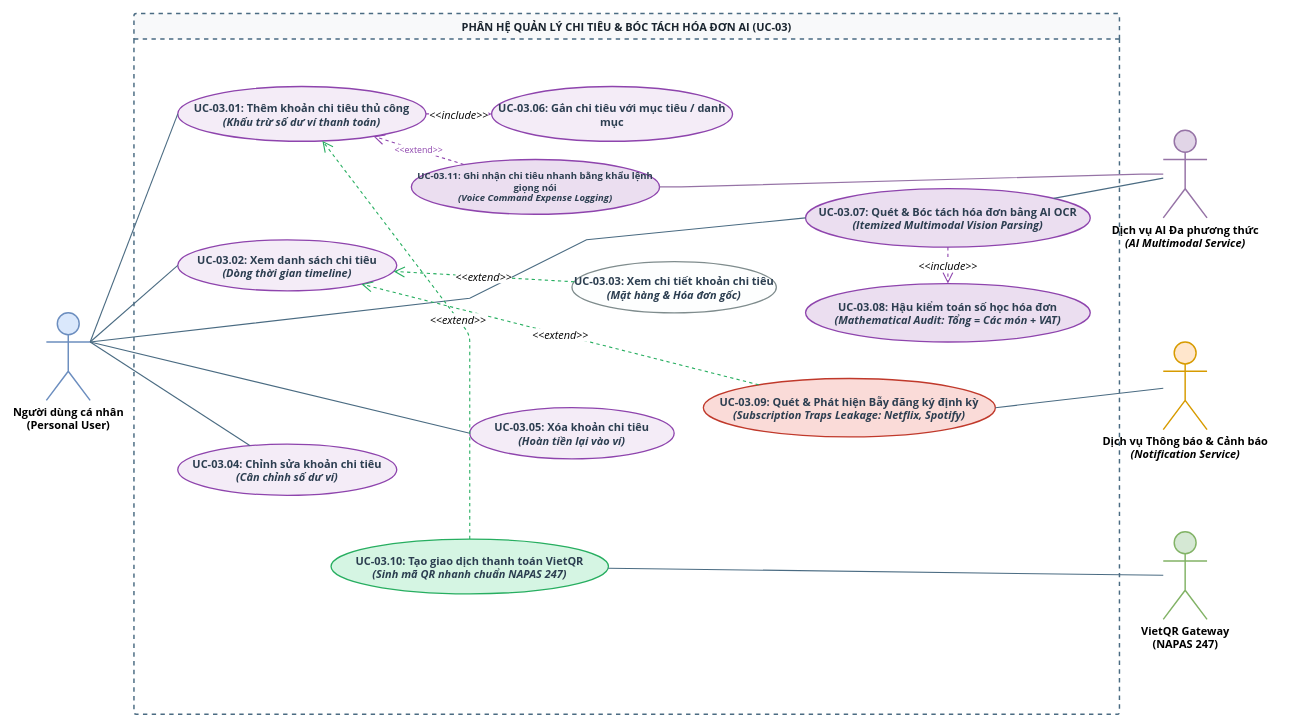
Above: page "UCD 03 - Chi Tiêu & OCR" (4 of 10) of files/UCD-DuoNoPro.drawio in Datgh37/analyze-system-subject (draw.io), before the change. Source tidied: cells renumbered, new cells numbered last; positions are measured from the earlier drawing's top-left corner, leaving out a move shared by most shapes. Both pictures are drawn from the tidied source at 73%, with x=0, y=0 at pixel (46, 13).
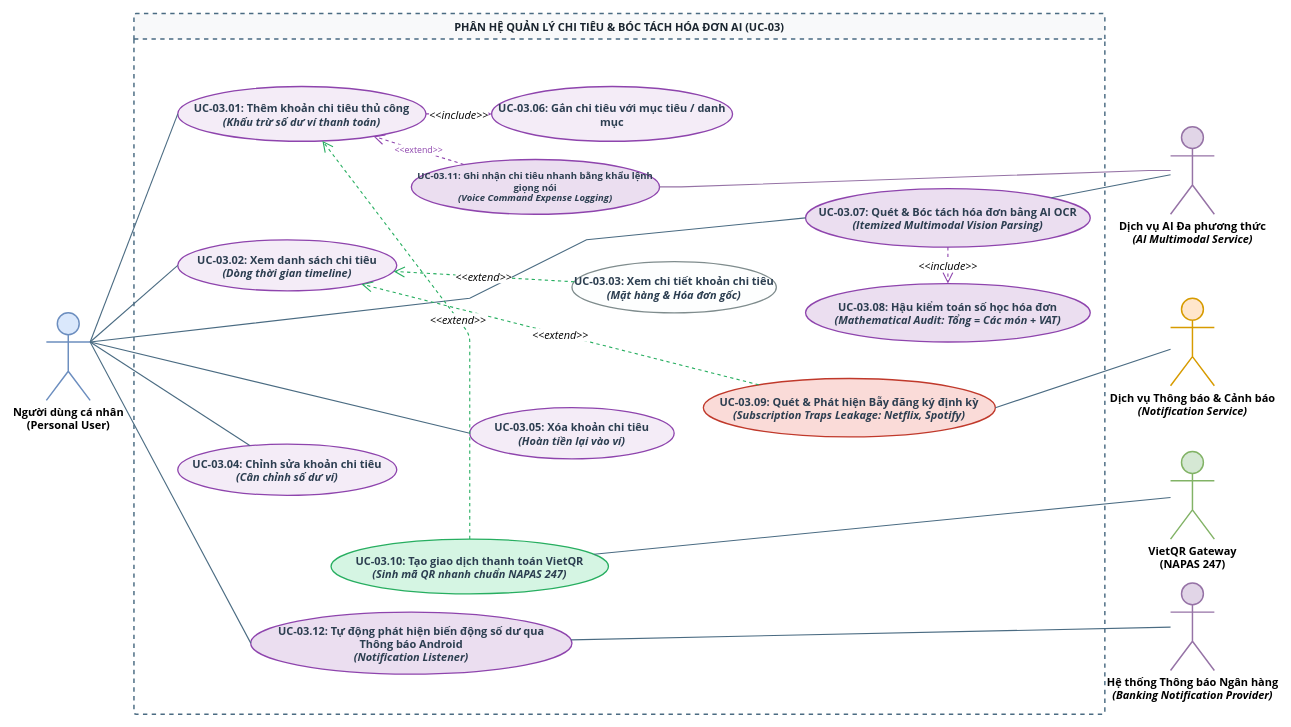
The same page after the edit.

The change refers to these unchanged cells:
```xml
<mxCell id="2" value="&lt;b&gt;Người dùng cá nhân&lt;/b&gt;&lt;br&gt;(Personal User)" style="shape=umlActor;verticalLabelPosition=bottom;verticalAlign=top;html=1;outlineConnect=0;fillColor=#dae8fc;strokeColor=#6c8ebf;strokeWidth=2;fontFamily=Segoe UI, Arial, sans-serif;fontSize=15;fontStyle=1;" parent="1" vertex="1">
  <mxGeometry y="410" width="60" height="120" as="geometry" />
</mxCell>
```

Diff of the diagram source:
```diff
@@
     <mxCell id="3" value="&lt;b&gt;Dịch vụ AI Đa phương thức&lt;/b&gt;&lt;br&gt;&lt;i&gt;(AI Multimodal Service)&lt;/i&gt;" style="shape=umlActor;verticalLabelPosition=bottom;verticalAlign=top;html=1;outlineConnect=0;fillColor=#e1d5e7;strokeColor=#9673a6;strokeWidth=2;fontFamily=Segoe UI, Arial, sans-serif;fontSize=15;fontStyle=1;" parent="1" vertex="1">
-      <mxGeometry x="1530" y="160" width="60" height="120" as="geometry" />
+      <mxGeometry x="1540" y="155" width="60" height="120" as="geometry" />
     </mxCell>
     <mxCell id="4" value="&lt;b&gt;Dịch vụ Thông báo &amp;amp; Cảnh báo&lt;/b&gt;&lt;br&gt;&lt;i&gt;(Notification Service)&lt;/i&gt;" style="shape=umlActor;verticalLabelPosition=bottom;verticalAlign=top;html=1;outlineConnect=0;fillColor=#ffe6cc;strokeColor=#d79b00;strokeWidth=2;fontFamily=Segoe UI, Arial, sans-serif;fontSize=15;fontStyle=1;" parent="1" vertex="1">
-      <mxGeometry x="1530" y="450" width="60" height="120" as="geometry" />
+      <mxGeometry x="1540" y="390" width="60" height="120" as="geometry" />
     </mxCell>
     <mxCell id="5" value="&lt;b&gt;VietQR Gateway&lt;/b&gt;&lt;br&gt;(NAPAS 247)" style="shape=umlActor;verticalLabelPosition=bottom;verticalAlign=top;html=1;outlineConnect=0;fillColor=#d5e8d4;strokeColor=#82b366;strokeWidth=2;fontFamily=Segoe UI, Arial, sans-serif;fontSize=15;fontStyle=1;" parent="1" vertex="1">
-      <mxGeometry x="1530" y="710" width="60" height="120" as="geometry" />
+      <mxGeometry x="1540" y="600" width="60" height="120" as="geometry" />
     </mxCell>
     <mxCell id="6" value="PHÂN HỆ QUẢN LÝ CHI TIÊU &amp;amp; BÓC TÁCH HÓA ĐƠN AI (UC-03)" style="swimlane;whiteSpace=wrap;html=1;rounded=1;arcSize=3;fontFamily=Segoe UI, Arial, sans-serif;fontSize=15;fontStyle=1;startSize=35;fillColor=#f8f9fa;fontColor=#1a252f;strokeColor=#4a6b82;strokeWidth=2;dashed=1;" parent="1" vertex="1">
-      <mxGeometry x="120" width="1350" height="960" as="geometry" />
+      <mxGeometry x="120" width="1330" height="960" as="geometry" />
     </mxCell>
@@
+    <mxCell id="33" value="&lt;b&gt;UC-03.12:&lt;/b&gt; Tự động phát hiện biến động số dư qua &lt;br&gt;Thông báo Android&lt;br&gt;&lt;i&gt;(Notification Listener)&lt;/i&gt;" style="ellipse;whiteSpace=wrap;html=1;fillColor=#ebdef0;strokeColor=#8e44ad;strokeWidth=1.8;fontFamily=Segoe UI, Arial, sans-serif;fontSize=15;fontStyle=1;fontColor=#2c3e50;" parent="6" vertex="1">
+      <mxGeometry x="160" y="820" width="440" height="85" as="geometry" />
+    </mxCell>
@@
+    <mxCell id="34" value="&lt;b&gt;Hệ thống Thông báo Ngân hàng&lt;/b&gt;&lt;br&gt;&lt;i&gt;(Banking Notification Provider)&lt;/i&gt;" style="shape=umlActor;verticalLabelPosition=bottom;verticalAlign=top;html=1;outlineConnect=0;fillColor=#e1d5e7;strokeColor=#9673a6;strokeWidth=2;fontFamily=Segoe UI, Arial, sans-serif;fontSize=15;fontStyle=1;" parent="1" vertex="1">
+      <mxGeometry x="1540" y="780" width="60" height="120" as="geometry" />
+    </mxCell>
+    <mxCell id="35" style="endArrow=none;html=1;strokeWidth=1.5;rounded=0;strokeColor=#4a6b82;fontSize=15;exitX=1;exitY=0.3333333333333333;exitDx=0;exitDy=0;exitPerimeter=0;entryX=0;entryY=0.5;entryDx=0;entryDy=0;" parent="1" edge="1" source="2" target="33">
+      <mxGeometry x="0.27" relative="1" as="geometry" />
+    </mxCell>
+    <mxCell id="36" style="endArrow=none;html=1;strokeWidth=1.5;rounded=0;strokeColor=#4a6b82;fontSize=15;" parent="1" edge="1" source="34" target="33">
+      <mxGeometry relative="1" as="geometry" />
+    </mxCell>
```
